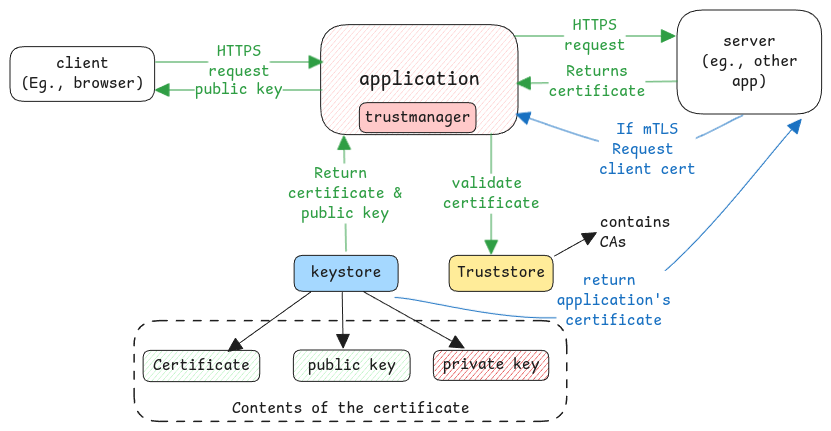
Earlier version of the Excalidraw export static/img/java-ssl.excalidraw.png (swaroopar/inprogress-engineer). Source tidied: one line per element, renumbered; positions are measured from the earlier drawing's top-left corner, leaving out a move shared by most shapes.
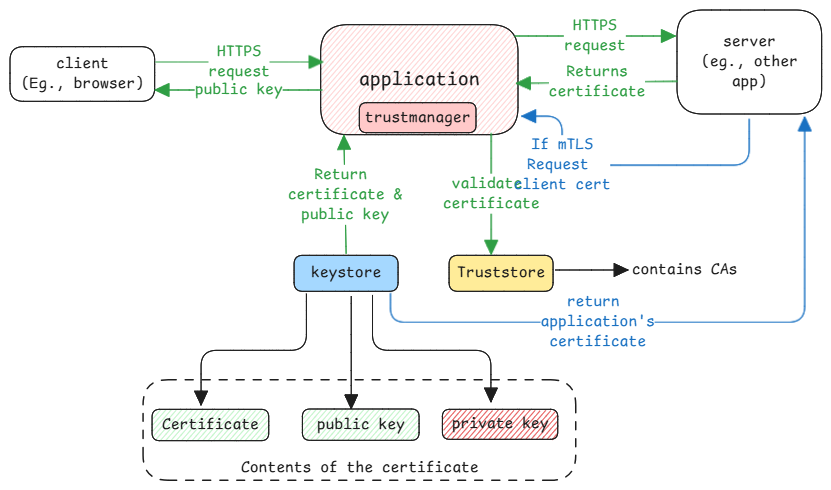
Above is the later version.

The edit, as a diff of the source:
```diff
@@ -8,7 +8,7 @@
 {"id": 7, "type": "text", "text": "client\n(Eg., browser)", "strokeColor": "#1e1e1e", "strokeWidth": 2, "roughness": 1, "fontSize": 16, "fontFamily": 8, "textAlign": "center", "verticalAlign": "middle", "inside": 6, "x": 11, "y": 44, "width": 123, "height": 40}
 {"id": 8, "type": "arrow", "strokeColor": "#2f9e44", "strokeWidth": 1, "roughness": 0, "endArrowhead": "triangle", "round": true, "from": 6, "x": 145, "y": 52, "width": 167, "height": 0, "points": [[0, 0], [167, 0]]}
 {"id": 9, "type": "text", "text": "HTTPS\nrequest", "strokeColor": "#2f9e44", "strokeWidth": 2, "roughness": 1, "fontSize": 16, "fontFamily": 8, "textAlign": "center", "verticalAlign": "middle", "inside": 8, "x": 198, "y": 32, "width": 62, "height": 40}
-{"id": 10, "type": "arrow", "strokeColor": "#2f9e44", "strokeWidth": 1, "roughness": 0, "endArrowhead": "triangle", "round": true, "from": 2, "to": 26, "x": 336, "y": 241, "width": 2, "height": 116, "points": [[0, 0], [-2, -116]]}
+{"id": 10, "type": "arrow", "strokeColor": "#2f9e44", "strokeWidth": 1, "roughness": 0, "endArrowhead": "triangle", "round": true, "from": 2, "to": 26, "x": 336, "y": 244, "width": 2, "height": 118, "points": [[0, 0], [-2, -118]]}
 {"id": 11, "type": "text", "text": "Return \ncertificate &\npublic key", "strokeColor": "#2f9e44", "strokeWidth": 2, "roughness": 1, "fontSize": 16, "fontFamily": 8, "textAlign": "center", "verticalAlign": "middle", "inside": 10, "x": 278, "y": 154, "width": 114, "height": 60}
 {"id": 12, "type": "arrow", "strokeColor": "#2f9e44", "strokeWidth": 1, "roughness": 0, "endArrowhead": "triangle", "round": true, "to": 6, "x": 312, "y": 80, "width": 167, "height": 0, "points": [[0, 0], [-167, 0]]}
 {"id": 13, "type": "text", "text": "public key", "strokeColor": "#2f9e44", "strokeWidth": 2, "roughness": 1, "fontSize": 16, "fontFamily": 8, "textAlign": "center", "verticalAlign": "middle", "inside": 12, "x": 185, "y": 70, "width": 88, "height": 20}
@@ -20,22 +20,22 @@
 {"id": 19, "type": "text", "text": "Returns\ncertificate", "strokeColor": "#2f9e44", "strokeWidth": 2, "roughness": 1, "fontSize": 16, "fontFamily": 8, "textAlign": "center", "verticalAlign": "middle", "inside": 18, "x": 539, "y": 52, "width": 97, "height": 40}
 {"id": 20, "type": "arrow", "strokeColor": "#2f9e44", "strokeWidth": 1, "roughness": 0, "endArrowhead": "triangle", "round": true, "x": 481, "y": 123, "width": 0, "height": 121, "points": [[0, 0], [0, 121]]}
 {"id": 21, "type": "text", "text": "validate \ncertificate", "strokeColor": "#2f9e44", "strokeWidth": 2, "roughness": 1, "fontSize": 16, "fontFamily": 8, "textAlign": "center", "verticalAlign": "middle", "inside": 20, "x": 433, "y": 164, "width": 97, "height": 40}
-{"id": 22, "type": "arrow", "strokeColor": "#1971c2", "strokeWidth": 1, "roughness": 0, "endArrowhead": "triangle", "round": true, "from": 14, "x": 733, "y": 105, "width": 227, "height": 36, "points": [[0, 0], [-96, 35], [-227, -1]]}
+{"id": 22, "type": "arrow", "strokeColor": "#1971c2", "strokeWidth": 1, "roughness": 0, "endArrowhead": "triangle", "from": 14, "to": 0, "x": 739, "y": 109, "width": 227, "height": 49, "points": [[0, 0], [0, 46], [-187, 46], [-187, -3], [-227, -3]]}
-{"id": 23, "type": "text", "text": "If mTLS\nRequest \nclient cert", "strokeColor": "#1971c2", "strokeWidth": 2, "roughness": 1, "fontSize": 16, "fontFamily": 8, "textAlign": "center", "verticalAlign": "middle", "inside": 22, "x": 589, "y": 110, "width": 97, "height": 60}
+{"id": 23, "type": "text", "text": "If mTLS\nRequest \nclient cert", "strokeColor": "#1971c2", "strokeWidth": 2, "roughness": 1, "fontSize": 16, "fontFamily": 8, "textAlign": "center", "verticalAlign": "middle", "inside": 22, "x": 571, "y": 135, "width": 97, "height": 60}
-{"id": 24, "type": "arrow", "strokeColor": "#1971c2", "strokeWidth": 1, "roughness": 0, "endArrowhead": "triangle", "round": true, "from": 2, "x": 385, "y": 282, "width": 406, "height": 187, "points": [[0, 0], [219, 9], [406, -178]]}
+{"id": 24, "type": "arrow", "strokeColor": "#1971c2", "strokeWidth": 1, "roughness": 0, "endArrowhead": "triangle", "from": 2, "to": 14, "x": 380, "y": 283, "width": 414, "height": 205, "points": [[0, 0], [0, 29], [414, 29], [414, -176]]}
-{"id": 25, "type": "text", "text": "return \napplication's\ncertificate", "strokeColor": "#1971c2", "strokeWidth": 2, "roughness": 1, "fontSize": 16, "fontFamily": 8, "textAlign": "center", "verticalAlign": "middle", "inside": 24, "x": 546, "y": 261, "width": 114, "height": 60}
+{"id": 25, "type": "text", "text": "return \napplication's\ncertificate", "strokeColor": "#1971c2", "strokeWidth": 2, "roughness": 1, "fontSize": 16, "fontFamily": 8, "textAlign": "center", "verticalAlign": "middle", "inside": 24, "x": 737, "y": 253, "width": 114, "height": 60}
 {"id": 26, "type": "rectangle", "strokeColor": "#1e1e1e", "backgroundColor": "#ffc9c9", "fillStyle": "solid", "strokeWidth": 1, "roughness": 0, "round": true, "x": 349, "y": 93, "width": 117, "height": 30}
 {"id": 27, "type": "text", "text": "trustmanager", "strokeColor": "#1e1e1e", "strokeWidth": 2, "roughness": 1, "fontSize": 16, "fontFamily": 8, "textAlign": "center", "verticalAlign": "middle", "inside": 26, "x": 355, "y": 98, "width": 106, "height": 20}
-{"id": 28, "type": "rectangle", "strokeColor": "#1e1e1e", "backgroundColor": "#b2f2bb", "fillStyle": "hachure", "strokeWidth": 1, "roughness": 0, "round": true, "x": 283, "y": 340, "width": 117, "height": 31}
+{"id": 28, "type": "rectangle", "strokeColor": "#1e1e1e", "backgroundColor": "#b2f2bb", "fillStyle": "hachure", "strokeWidth": 1, "roughness": 0, "round": true, "x": 292, "y": 399, "width": 117, "height": 31}
-{"id": 29, "type": "text", "text": "public key", "strokeColor": "#1e1e1e", "backgroundColor": "#e03131", "fillStyle": "hachure", "strokeWidth": 2, "roughness": 1, "fontSize": 16, "fontFamily": 8, "textAlign": "center", "verticalAlign": "middle", "inside": 28, "x": 298, "y": 346, "width": 88, "height": 20}
+{"id": 29, "type": "text", "text": "public key", "strokeColor": "#1e1e1e", "backgroundColor": "#e03131", "fillStyle": "hachure", "strokeWidth": 2, "roughness": 1, "fontSize": 16, "fontFamily": 8, "textAlign": "center", "verticalAlign": "middle", "inside": 28, "x": 307, "y": 405, "width": 88, "height": 20}
-{"id": 30, "type": "rectangle", "strokeColor": "#1e1e1e", "backgroundColor": "#e03131", "fillStyle": "hachure", "strokeWidth": 1, "roughness": 0, "round": true, "x": 423, "y": 340, "width": 115, "height": 30}
+{"id": 30, "type": "rectangle", "strokeColor": "#1e1e1e", "backgroundColor": "#e03131", "fillStyle": "hachure", "strokeWidth": 1, "roughness": 0, "round": true, "x": 432, "y": 399, "width": 115, "height": 30}
-{"id": 31, "type": "text", "text": "private key", "strokeColor": "#1e1e1e", "backgroundColor": "#e03131", "fillStyle": "hachure", "strokeWidth": 2, "roughness": 1, "fontSize": 16, "fontFamily": 8, "textAlign": "center", "verticalAlign": "middle", "inside": 30, "x": 433, "y": 345, "width": 97, "height": 20}
+{"id": 31, "type": "text", "text": "private key", "strokeColor": "#1e1e1e", "backgroundColor": "#e03131", "fillStyle": "hachure", "strokeWidth": 2, "roughness": 1, "fontSize": 16, "fontFamily": 8, "textAlign": "center", "verticalAlign": "middle", "inside": 30, "x": 442, "y": 404, "width": 97, "height": 20}
-{"id": 32, "type": "arrow", "strokeColor": "#1e1e1e", "backgroundColor": "#b2f2bb", "fillStyle": "hachure", "strokeWidth": 1, "roughness": 0, "endArrowhead": "triangle", "round": true, "from": 2, "to": 28, "x": 332, "y": 282, "width": 1, "height": 56, "points": [[0, 0], [1, 56]]}
+{"id": 32, "type": "arrow", "strokeColor": "#1e1e1e", "backgroundColor": "#b2f2bb", "fillStyle": "hachure", "strokeWidth": 1, "roughness": 0, "endArrowhead": "triangle", "round": true, "to": 28, "x": 341, "y": 286, "width": 0, "height": 112, "points": [[0, 0], [0, 112]]}
-{"id": 33, "type": "arrow", "strokeColor": "#1e1e1e", "backgroundColor": "#b2f2bb", "fillStyle": "hachure", "strokeWidth": 1, "roughness": 0, "endArrowhead": "triangle", "round": true, "from": 2, "to": 30, "x": 354, "y": 282, "width": 100, "height": 56, "points": [[0, 0], [100, 56]]}
+{"id": 33, "type": "arrow", "strokeColor": "#1e1e1e", "backgroundColor": "#b2f2bb", "fillStyle": "hachure", "strokeWidth": 1, "roughness": 0, "endArrowhead": "triangle", "from": 2, "to": 30, "x": 363, "y": 285, "width": 118, "height": 107, "points": [[0, 0], [0, 55], [118, 55], [118, 107]]}
-{"id": 34, "type": "rectangle", "strokeColor": "#1e1e1e", "backgroundColor": "#b2f2bb", "fillStyle": "hachure", "strokeWidth": 1, "roughness": 0, "round": true, "x": 133, "y": 340, "width": 117, "height": 31}
+{"id": 34, "type": "rectangle", "strokeColor": "#1e1e1e", "backgroundColor": "#b2f2bb", "fillStyle": "hachure", "strokeWidth": 1, "roughness": 0, "round": true, "x": 142, "y": 399, "width": 117, "height": 31}
-{"id": 35, "type": "text", "text": "Certificate", "strokeColor": "#1e1e1e", "backgroundColor": "#e03131", "fillStyle": "hachure", "strokeWidth": 2, "roughness": 1, "fontSize": 16, "fontFamily": 8, "textAlign": "center", "verticalAlign": "middle", "inside": 34, "x": 143, "y": 346, "width": 97, "height": 20}
+{"id": 35, "type": "text", "text": "Certificate", "strokeColor": "#1e1e1e", "backgroundColor": "#e03131", "fillStyle": "hachure", "strokeWidth": 2, "roughness": 1, "fontSize": 16, "fontFamily": 8, "textAlign": "center", "verticalAlign": "middle", "inside": 34, "x": 152, "y": 405, "width": 97, "height": 20}
-{"id": 36, "type": "arrow", "strokeColor": "#1e1e1e", "backgroundColor": "#b2f2bb", "fillStyle": "hachure", "strokeWidth": 1, "roughness": 0, "endArrowhead": "triangle", "round": true, "from": 2, "x": 301, "y": 282, "width": 83, "height": 59, "points": [[0, 0], [-83, 59]]}
+{"id": 36, "type": "arrow", "strokeColor": "#1e1e1e", "backgroundColor": "#b2f2bb", "fillStyle": "hachure", "strokeWidth": 1, "roughness": 0, "endArrowhead": "triangle", "from": 2, "to": 34, "x": 296, "y": 284, "width": 105, "height": 111, "points": [[0, 0], [0, 57], [-105, 57], [-105, 111]]}
-{"id": 37, "type": "rectangle", "strokeColor": "#1e1e1e", "strokeWidth": 1, "strokeStyle": "dashed", "roughness": 0, "round": true, "x": 124, "y": 311, "width": 433, "height": 101}
+{"id": 37, "type": "rectangle", "strokeColor": "#1e1e1e", "strokeWidth": 1, "strokeStyle": "dashed", "roughness": 0, "round": true, "x": 133, "y": 370, "width": 433, "height": 101}
-{"id": 38, "type": "text", "text": "Contents of the certificate", "strokeColor": "#1e1e1e", "strokeWidth": 1, "strokeStyle": "dashed", "roughness": 0, "fontSize": 16, "fontFamily": 8, "x": 222, "y": 389, "width": 238, "height": 20}
+{"id": 38, "type": "text", "text": "Contents of the certificate", "strokeColor": "#1e1e1e", "strokeWidth": 1, "strokeStyle": "dashed", "roughness": 0, "fontSize": 16, "fontFamily": 8, "x": 231, "y": 448, "width": 238, "height": 20}
-{"id": 39, "type": "arrow", "strokeColor": "#1e1e1e", "strokeWidth": 1, "roughness": 0, "endArrowhead": "triangle", "round": true, "from": 4, "to": 40, "x": 544, "y": 246, "width": 42, "height": 23, "points": [[0, 0], [42, -23]]}
+{"id": 39, "type": "arrow", "strokeColor": "#1e1e1e", "strokeWidth": 1, "roughness": 0, "endArrowhead": "triangle", "round": true, "from": 4, "x": 545, "y": 260, "width": 73, "height": 0, "points": [[0, 0], [73, 0]]}
-{"id": 40, "type": "text", "text": "contains\nCAs", "strokeColor": "#1e1e1e", "strokeWidth": 1, "roughness": 0, "fontSize": 16, "fontFamily": 8, "x": 590, "y": 203, "width": 70, "height": 40}
+{"id": 40, "type": "text", "text": "contains CAs", "strokeColor": "#1e1e1e", "strokeWidth": 1, "roughness": 0, "fontSize": 16.0, "fontFamily": 8, "x": 622, "y": 250, "width": 106, "height": 20}
```
